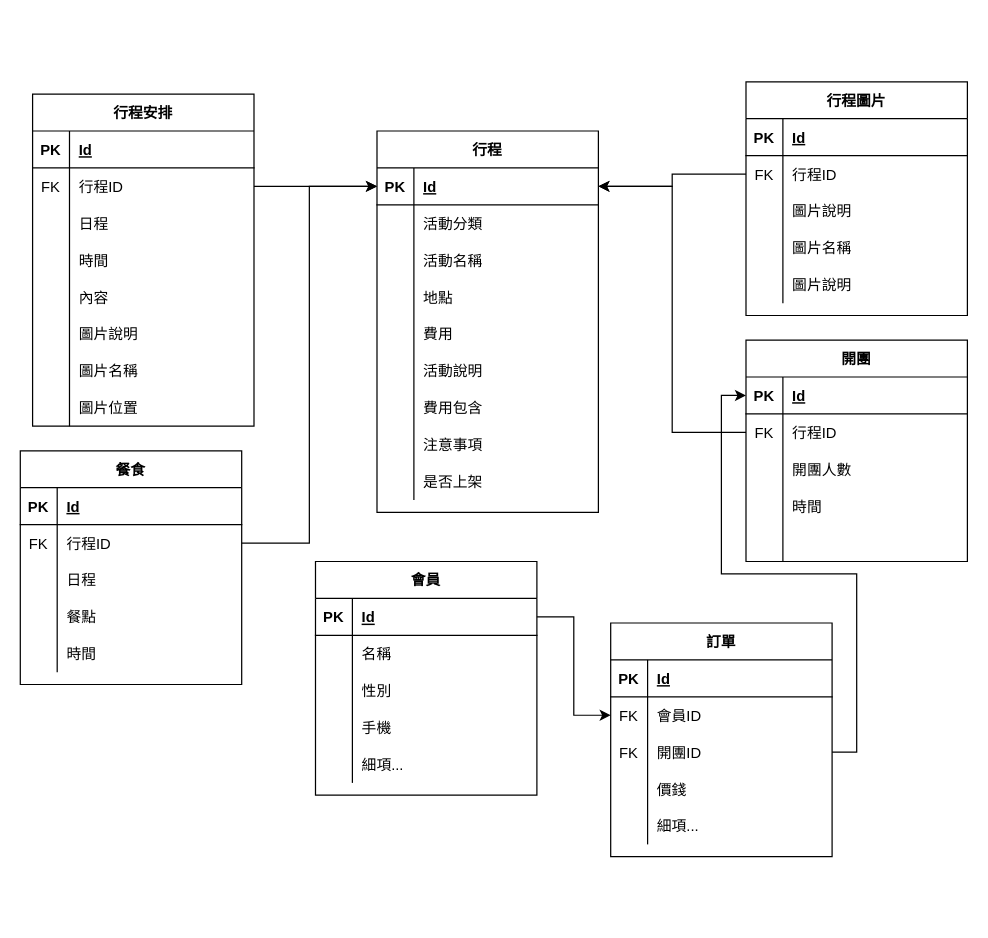
Above: Untitled Diagram.drawio in Yizi-Yeh/MT-Databaseplanning (draw.io), before the change. Source tidied: cells renumbered, new cells numbered last; positions are measured from the earlier drawing's top-left corner, leaving out a move shared by most shapes. Both pictures are drawn from the tidied source at 123%, with x=0, y=0 at pixel (20, 81).
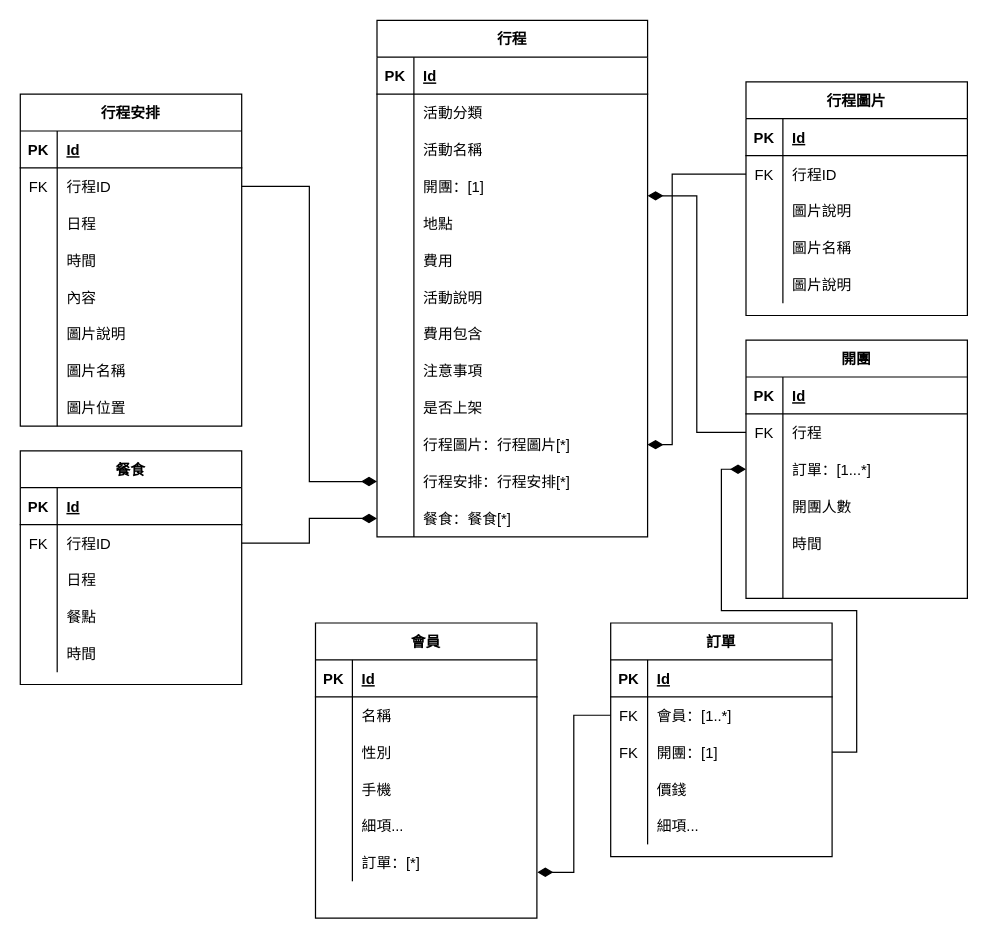
The same page after the edit.

The change refers to these unchanged cells:
```xml
<mxCell id="31" style="shape=partialRectangle;fillColor=none;top=0;left=0;bottom=1;right=0;points=[[0,0.5],[1,0.5]];portConstraint=eastwest;" parent="30" vertex="1">
  <mxGeometry y="30" width="180" height="30" as="geometry" />
</mxCell>
<mxCell id="34" style="shape=partialRectangle;fillColor=none;top=0;left=0;bottom=0;right=0;points=[[0,0.5],[1,0.5]];portConstraint=eastwest;" parent="30" vertex="1">
  <mxGeometry y="60" width="180" height="30" as="geometry" />
</mxCell>
<mxCell id="50" style="shape=partialRectangle;fillColor=none;top=0;left=0;bottom=0;right=0;points=[[0,0.5],[1,0.5]];portConstraint=eastwest;" parent="46" vertex="1">
  <mxGeometry y="60" width="180" height="30" as="geometry" />
</mxCell>
<mxCell id="75" style="shape=partialRectangle;fillColor=none;top=0;left=0;bottom=0;right=0;points=[[0,0.5],[1,0.5]];portConstraint=eastwest;" parent="71" vertex="1">
  <mxGeometry y="60" width="180" height="30" as="geometry" />
</mxCell>
<mxCell id="91" style="shape=partialRectangle;fillColor=none;top=0;left=0;bottom=0;right=0;points=[[0,0.5],[1,0.5]];portConstraint=eastwest;" parent="87" vertex="1">
  <mxGeometry y="60" width="180" height="30" as="geometry" />
</mxCell>
<mxCell id="104" style="shape=partialRectangle;fillColor=none;top=0;left=0;bottom=1;right=0;points=[[0,0.5],[1,0.5]];portConstraint=eastwest;" parent="103" vertex="1">
  <mxGeometry y="30" width="180" height="30" as="geometry" />
</mxCell>
<mxCell id="123" style="shape=partialRectangle;fillColor=none;top=0;left=0;bottom=0;right=0;points=[[0,0.5],[1,0.5]];portConstraint=eastwest;" parent="119" vertex="1">
  <mxGeometry y="60" width="180" height="30" as="geometry" />
</mxCell>
<mxCell id="126" style="shape=partialRectangle;fillColor=none;top=0;left=0;bottom=0;right=0;points=[[0,0.5],[1,0.5]];portConstraint=eastwest;" parent="119" vertex="1">
  <mxGeometry y="90" width="180" height="30" as="geometry" />
</mxCell>
```

Diff of the diagram source:
```diff
@@
     <mxCell id="2" value="行程" style="shape=table;startSize=30;childLayout=tableLayout;rowLines=0;fontStyle=1;align=center;" parent="1" vertex="1">
-      <mxGeometry x="290" y="40" width="180" height="310" as="geometry" />
+      <mxGeometry x="290" y="-50" width="220" height="420" as="geometry" />
     </mxCell>
     <mxCell id="3" style="shape=partialRectangle;fillColor=none;top=0;left=0;bottom=1;right=0;points=[[0,0.5],[1,0.5]];portConstraint=eastwest;" parent="2" vertex="1">
-      <mxGeometry y="30" width="180" height="30" as="geometry" />
+      <mxGeometry y="30" width="220" height="30" as="geometry" />
     </mxCell>
@@
     <mxCell id="5" value="Id" style="shape=partialRectangle;fillColor=none;top=0;left=0;bottom=0;right=0;align=left;spacingLeft=6;fontStyle=5;overflow=hidden;" parent="3" vertex="1">
-      <mxGeometry x="30" width="150" height="30" as="geometry" />
+      <mxGeometry x="30" width="190" height="30" as="geometry" />
     </mxCell>
     <mxCell id="6" style="shape=partialRectangle;fillColor=none;top=0;left=0;bottom=0;right=0;" parent="2" vertex="1">
-      <mxGeometry y="60" width="180" height="30" as="geometry" />
+      <mxGeometry y="60" width="220" height="30" as="geometry" />
     </mxCell>
@@
     <mxCell id="8" value="活動分類" style="shape=partialRectangle;fillColor=none;top=0;left=0;bottom=0;right=0;align=left;spacingLeft=6;overflow=hidden;" parent="6" vertex="1">
-      <mxGeometry x="30" width="150" height="30" as="geometry" />
+      <mxGeometry x="30" width="190" height="30" as="geometry" />
     </mxCell>
     <mxCell id="9" style="shape=partialRectangle;fillColor=none;top=0;left=0;bottom=0;right=0;" parent="2" vertex="1">
-      <mxGeometry y="90" width="180" height="30" as="geometry" />
+      <mxGeometry y="90" width="220" height="30" as="geometry" />
     </mxCell>
@@
     <mxCell id="11" value="活動名稱" style="shape=partialRectangle;fillColor=none;top=0;left=0;bottom=0;right=0;align=left;spacingLeft=6;overflow=hidden;" parent="9" vertex="1">
-      <mxGeometry x="30" width="150" height="30" as="geometry" />
+      <mxGeometry x="30" width="190" height="30" as="geometry" />
     </mxCell>
+    <mxCell id="141" style="shape=partialRectangle;fillColor=none;top=0;left=0;bottom=0;right=0;points=[[0,0.5],[1,0.5]];portConstraint=eastwest;" parent="2" vertex="1">
+      <mxGeometry y="120" width="220" height="30" as="geometry" />
+    </mxCell>
+    <mxCell id="142" style="shape=partialRectangle;fillColor=none;top=0;left=0;bottom=0;right=0;overflow=hidden;" parent="141" vertex="1">
+      <mxGeometry width="30" height="30" as="geometry" />
+    </mxCell>
+    <mxCell id="143" value="開團：[1]" style="shape=partialRectangle;fillColor=none;top=0;left=0;bottom=0;right=0;align=left;spacingLeft=6;overflow=hidden;" parent="141" vertex="1">
+      <mxGeometry x="30" width="190" height="30" as="geometry" />
+    </mxCell>
     <mxCell id="12" style="shape=partialRectangle;fillColor=none;top=0;left=0;bottom=0;right=0;" parent="2" vertex="1">
-      <mxGeometry y="120" width="180" height="30" as="geometry" />
+      <mxGeometry y="150" width="220" height="30" as="geometry" />
     </mxCell>
@@
     <mxCell id="14" value="地點" style="shape=partialRectangle;fillColor=none;top=0;left=0;bottom=0;right=0;align=left;spacingLeft=6;overflow=hidden;" parent="12" vertex="1">
-      <mxGeometry x="30" width="150" height="30" as="geometry" />
+      <mxGeometry x="30" width="190" height="30" as="geometry" />
     </mxCell>
     <mxCell id="15" style="shape=partialRectangle;fillColor=none;top=0;left=0;bottom=0;right=0;" parent="2" vertex="1">
-      <mxGeometry y="150" width="180" height="30" as="geometry" />
+      <mxGeometry y="180" width="220" height="30" as="geometry" />
     </mxCell>
@@
     <mxCell id="17" value="費用" style="shape=partialRectangle;fillColor=none;top=0;left=0;bottom=0;right=0;align=left;spacingLeft=6;overflow=hidden;" parent="15" vertex="1">
-      <mxGeometry x="30" width="150" height="30" as="geometry" />
+      <mxGeometry x="30" width="190" height="30" as="geometry" />
     </mxCell>
     <mxCell id="18" style="shape=partialRectangle;fillColor=none;top=0;left=0;bottom=0;right=0;" parent="2" vertex="1">
-      <mxGeometry y="180" width="180" height="30" as="geometry" />
+      <mxGeometry y="210" width="220" height="30" as="geometry" />
     </mxCell>
@@
     <mxCell id="20" value="活動說明" style="shape=partialRectangle;fillColor=none;top=0;left=0;bottom=0;right=0;align=left;spacingLeft=6;overflow=hidden;" parent="18" vertex="1">
-      <mxGeometry x="30" width="150" height="30" as="geometry" />
+      <mxGeometry x="30" width="190" height="30" as="geometry" />
     </mxCell>
     <mxCell id="21" style="shape=partialRectangle;fillColor=none;top=0;left=0;bottom=0;right=0;" parent="2" vertex="1">
-      <mxGeometry y="210" width="180" height="30" as="geometry" />
+      <mxGeometry y="240" width="220" height="30" as="geometry" />
     </mxCell>
@@
     <mxCell id="23" value="費用包含" style="shape=partialRectangle;fillColor=none;top=0;left=0;bottom=0;right=0;align=left;spacingLeft=6;overflow=hidden;" parent="21" vertex="1">
-      <mxGeometry x="30" width="150" height="30" as="geometry" />
+      <mxGeometry x="30" width="190" height="30" as="geometry" />
     </mxCell>
     <mxCell id="24" style="shape=partialRectangle;fillColor=none;top=0;left=0;bottom=0;right=0;" parent="2" vertex="1">
-      <mxGeometry y="240" width="180" height="30" as="geometry" />
+      <mxGeometry y="270" width="220" height="30" as="geometry" />
     </mxCell>
@@
     <mxCell id="26" value="注意事項" style="shape=partialRectangle;fillColor=none;top=0;left=0;bottom=0;right=0;align=left;spacingLeft=6;overflow=hidden;" parent="24" vertex="1">
-      <mxGeometry x="30" width="150" height="30" as="geometry" />
+      <mxGeometry x="30" width="190" height="30" as="geometry" />
     </mxCell>
     <mxCell id="27" style="shape=partialRectangle;fillColor=none;top=0;left=0;bottom=0;right=0;" parent="2" vertex="1">
-      <mxGeometry y="270" width="180" height="30" as="geometry" />
+      <mxGeometry y="300" width="220" height="30" as="geometry" />
     </mxCell>
@@
     <mxCell id="29" value="是否上架" style="shape=partialRectangle;fillColor=none;top=0;left=0;bottom=0;right=0;align=left;spacingLeft=6;overflow=hidden;" parent="27" vertex="1">
-      <mxGeometry x="30" width="150" height="30" as="geometry" />
+      <mxGeometry x="30" width="190" height="30" as="geometry" />
     </mxCell>
+    <mxCell id="144" style="shape=partialRectangle;fillColor=none;top=0;left=0;bottom=0;right=0;points=[[0,0.5],[1,0.5]];portConstraint=eastwest;" parent="2" vertex="1">
+      <mxGeometry y="330" width="220" height="30" as="geometry" />
+    </mxCell>
+    <mxCell id="145" style="shape=partialRectangle;fillColor=none;top=0;left=0;bottom=0;right=0;overflow=hidden;" parent="144" vertex="1">
+      <mxGeometry width="30" height="30" as="geometry" />
+    </mxCell>
+    <mxCell id="146" value="行程圖片：行程圖片[*]" style="shape=partialRectangle;fillColor=none;top=0;left=0;bottom=0;right=0;align=left;spacingLeft=6;overflow=hidden;" parent="144" vertex="1">
+      <mxGeometry x="30" width="190" height="30" as="geometry" />
+    </mxCell>
+    <mxCell id="147" style="shape=partialRectangle;fillColor=none;top=0;left=0;bottom=0;right=0;points=[[0,0.5],[1,0.5]];portConstraint=eastwest;" parent="2" vertex="1">
+      <mxGeometry y="360" width="220" height="30" as="geometry" />
+    </mxCell>
+    <mxCell id="148" style="shape=partialRectangle;fillColor=none;top=0;left=0;bottom=0;right=0;overflow=hidden;" parent="147" vertex="1">
+      <mxGeometry width="30" height="30" as="geometry" />
+    </mxCell>
+    <mxCell id="149" value="行程安排：行程安排[*]" style="shape=partialRectangle;fillColor=none;top=0;left=0;bottom=0;right=0;align=left;spacingLeft=6;overflow=hidden;" parent="147" vertex="1">
+      <mxGeometry x="30" width="190" height="30" as="geometry" />
+    </mxCell>
+    <mxCell id="150" style="shape=partialRectangle;fillColor=none;top=0;left=0;bottom=0;right=0;points=[[0,0.5],[1,0.5]];portConstraint=eastwest;" parent="2" vertex="1">
+      <mxGeometry y="390" width="220" height="30" as="geometry" />
+    </mxCell>
+    <mxCell id="151" style="shape=partialRectangle;fillColor=none;top=0;left=0;bottom=0;right=0;overflow=hidden;" parent="150" vertex="1">
+      <mxGeometry width="30" height="30" as="geometry" />
+    </mxCell>
+    <mxCell id="152" value="餐食：餐食[*]" style="shape=partialRectangle;fillColor=none;top=0;left=0;bottom=0;right=0;align=left;spacingLeft=6;overflow=hidden;" parent="150" vertex="1">
+      <mxGeometry x="30" width="190" height="30" as="geometry" />
+    </mxCell>
     <mxCell id="30" value="開團" style="shape=table;startSize=30;childLayout=tableLayout;rowLines=0;fontStyle=1;align=center;fillColor=none;" parent="1" vertex="1">
-      <mxGeometry x="590" y="210" width="180" height="180" as="geometry" />
+      <mxGeometry x="590" y="210" width="180" height="210" as="geometry" />
     </mxCell>
@@
-    <mxCell id="36" value="行程ID" style="shape=partialRectangle;fillColor=none;top=0;left=0;bottom=0;right=0;align=left;spacingLeft=6;fontStyle=0;overflow=hidden;" parent="34" vertex="1">
+    <mxCell id="36" value="行程" style="shape=partialRectangle;fillColor=none;top=0;left=0;bottom=0;right=0;align=left;spacingLeft=6;fontStyle=0;overflow=hidden;" parent="34" vertex="1">
       <mxGeometry x="30" width="150" height="30" as="geometry" />
     </mxCell>
+    <mxCell id="153" style="shape=partialRectangle;fillColor=none;top=0;left=0;bottom=0;right=0;points=[[0,0.5],[1,0.5]];portConstraint=eastwest;" parent="30" vertex="1">
+      <mxGeometry y="90" width="180" height="30" as="geometry" />
+    </mxCell>
+    <mxCell id="154" style="shape=partialRectangle;fillColor=none;top=0;left=0;bottom=0;right=0;fontStyle=0;overflow=hidden;" parent="153" vertex="1">
+      <mxGeometry width="30" height="30" as="geometry" />
+    </mxCell>
+    <mxCell id="155" value="訂單：[1...*]" style="shape=partialRectangle;fillColor=none;top=0;left=0;bottom=0;right=0;align=left;spacingLeft=6;fontStyle=0;overflow=hidden;" parent="153" vertex="1">
+      <mxGeometry x="30" width="150" height="30" as="geometry" />
+    </mxCell>
     <mxCell id="37" style="shape=partialRectangle;fillColor=none;top=0;left=0;bottom=0;right=0;" parent="30" vertex="1">
-      <mxGeometry y="90" width="180" height="30" as="geometry" />
+      <mxGeometry y="120" width="180" height="30" as="geometry" />
     </mxCell>
@@
     <mxCell id="40" style="shape=partialRectangle;fillColor=none;top=0;left=0;bottom=0;right=0;" parent="30" vertex="1">
-      <mxGeometry y="120" width="180" height="30" as="geometry" />
+      <mxGeometry y="150" width="180" height="30" as="geometry" />
     </mxCell>
@@
     <mxCell id="43" style="shape=partialRectangle;fillColor=none;top=0;left=0;bottom=0;right=0;" parent="30" vertex="1">
-      <mxGeometry y="150" width="180" height="30" as="geometry" />
+      <mxGeometry y="180" width="180" height="30" as="geometry" />
     </mxCell>
@@
     <mxCell id="46" value="行程安排" style="shape=table;startSize=30;childLayout=tableLayout;rowLines=0;fontStyle=1;align=center;fillColor=none;" parent="1" vertex="1">
-      <mxGeometry x="10" y="10" width="180" height="270" as="geometry" />
+      <mxGeometry y="10" width="180" height="270" as="geometry" />
     </mxCell>
@@
     <mxCell id="103" value="會員" style="shape=table;startSize=30;childLayout=tableLayout;rowLines=0;fontStyle=1;align=center;fillColor=none;" parent="1" vertex="1">
-      <mxGeometry x="240" y="390" width="180" height="190" as="geometry" />
+      <mxGeometry x="240" y="440" width="180" height="240" as="geometry" />
     </mxCell>
@@
+    <mxCell id="156" style="shape=partialRectangle;fillColor=none;top=0;left=0;bottom=0;right=0;points=[[0,0.5],[1,0.5]];portConstraint=eastwest;" parent="103" vertex="1">
+      <mxGeometry y="180" width="180" height="30" as="geometry" />
+    </mxCell>
+    <mxCell id="157" style="shape=partialRectangle;fillColor=none;top=0;left=0;bottom=0;right=0;overflow=hidden;" parent="156" vertex="1">
+      <mxGeometry width="30" height="30" as="geometry" />
+    </mxCell>
+    <mxCell id="158" value="訂單：[*]" style="shape=partialRectangle;fillColor=none;top=0;left=0;bottom=0;right=0;align=left;spacingLeft=6;overflow=hidden;" parent="156" vertex="1">
+      <mxGeometry x="30" width="150" height="30" as="geometry" />
+    </mxCell>
@@
-    <mxCell id="125" value="會員ID" style="shape=partialRectangle;fillColor=none;top=0;left=0;bottom=0;right=0;align=left;spacingLeft=6;overflow=hidden;" parent="123" vertex="1">
+    <mxCell id="125" value="會員：[1..*]" style="shape=partialRectangle;fillColor=none;top=0;left=0;bottom=0;right=0;align=left;spacingLeft=6;overflow=hidden;" parent="123" vertex="1">
       <mxGeometry x="30" width="150" height="30" as="geometry" />
     </mxCell>
@@
-    <mxCell id="128" value="開團ID" style="shape=partialRectangle;fillColor=none;top=0;left=0;bottom=0;right=0;align=left;spacingLeft=6;overflow=hidden;" parent="126" vertex="1">
+    <mxCell id="128" value="開團：[1]" style="shape=partialRectangle;fillColor=none;top=0;left=0;bottom=0;right=0;align=left;spacingLeft=6;overflow=hidden;" parent="126" vertex="1">
       <mxGeometry x="30" width="150" height="30" as="geometry" />
     </mxCell>
@@
-    <mxCell id="135" style="edgeStyle=orthogonalEdgeStyle;rounded=0;jettySize=auto;html=1;" parent="1" edge="1" source="104" target="123">
-      <mxGeometry relative="1" as="geometry" />
-    </mxCell>
-    <mxCell id="136" style="edgeStyle=orthogonalEdgeStyle;rounded=0;jettySize=auto;html=1;" parent="1" edge="1" source="126" target="31">
-      <mxGeometry relative="1" as="geometry" />
-    </mxCell>
-    <mxCell id="137" style="edgeStyle=orthogonalEdgeStyle;rounded=0;jettySize=auto;html=1;entryX=0;entryY=0.5;entryDx=0;entryDy=0;" parent="1" edge="1" source="50" target="3">
+    <mxCell id="137" style="edgeStyle=orthogonalEdgeStyle;rounded=0;jettySize=auto;html=1;entryX=0;entryY=0.5;entryDx=0;entryDy=0;endArrow=diamondThin;endFill=1;endSize=10;" parent="1" edge="1" source="50" target="147">
       <mxGeometry relative="1" as="geometry" />
     </mxCell>
-    <mxCell id="138" style="edgeStyle=orthogonalEdgeStyle;rounded=0;jettySize=auto;html=1;entryX=0;entryY=0.5;entryDx=0;entryDy=0;" parent="1" edge="1" source="75" target="3">
-      <mxGeometry relative="1" as="geometry" />
-    </mxCell>
-    <mxCell id="139" style="edgeStyle=orthogonalEdgeStyle;rounded=0;jettySize=auto;html=1;entryX=1;entryY=0.5;entryDx=0;entryDy=0;" parent="1" edge="1" source="91" target="3">
-      <mxGeometry relative="1" as="geometry" />
+    <mxCell id="139" style="edgeStyle=orthogonalEdgeStyle;rounded=0;jettySize=auto;html=1;endArrow=diamondThin;endFill=1;startSize=18;endSize=10;" parent="1" edge="1" source="91" target="144">
+      <mxGeometry relative="1" as="geometry">
+        <Array as="points">
+          <mxPoint x="530" y="75" />
+          <mxPoint x="530" y="295" />
+        </Array>
+      </mxGeometry>
     </mxCell>
-    <mxCell id="140" style="edgeStyle=orthogonalEdgeStyle;rounded=0;jettySize=auto;html=1;entryX=1;entryY=0.5;entryDx=0;entryDy=0;" parent="1" edge="1" source="34" target="3">
-      <mxGeometry relative="1" as="geometry" />
-    </mxCell>
+    <mxCell id="159" style="edgeStyle=orthogonalEdgeStyle;rounded=0;jettySize=auto;html=1;entryX=0;entryY=0.5;entryDx=0;entryDy=0;startArrow=none;startFill=0;startSize=18;endArrow=diamondThin;endFill=1;endSize=10;strokeWidth=1;" parent="1" edge="1" source="75" target="150">
+      <mxGeometry relative="1" as="geometry" />
+    </mxCell>
+    <mxCell id="160" style="edgeStyle=orthogonalEdgeStyle;rounded=0;jettySize=auto;html=1;entryX=1;entryY=0.757;entryDx=0;entryDy=0;entryPerimeter=0;startArrow=none;startFill=0;startSize=18;endArrow=diamondThin;endFill=1;endSize=10;strokeWidth=1;" parent="1" edge="1" source="34" target="141">
+      <mxGeometry relative="1" as="geometry" />
+    </mxCell>
+    <mxCell id="161" style="edgeStyle=orthogonalEdgeStyle;rounded=0;jettySize=auto;html=1;entryX=1.002;entryY=0.756;entryDx=0;entryDy=0;entryPerimeter=0;startArrow=none;startFill=0;startSize=10;endArrow=diamondThin;endFill=1;endSize=10;strokeWidth=1;" parent="1" edge="1" source="123" target="156">
+      <mxGeometry relative="1" as="geometry" />
+    </mxCell>
+    <mxCell id="162" style="edgeStyle=orthogonalEdgeStyle;rounded=0;jettySize=auto;html=1;entryX=0;entryY=0.5;entryDx=0;entryDy=0;startArrow=none;startFill=0;startSize=10;endArrow=diamondThin;endFill=1;endSize=10;strokeWidth=1;" parent="1" edge="1" source="126" target="153">
+      <mxGeometry relative="1" as="geometry" />
+    </mxCell>
```
